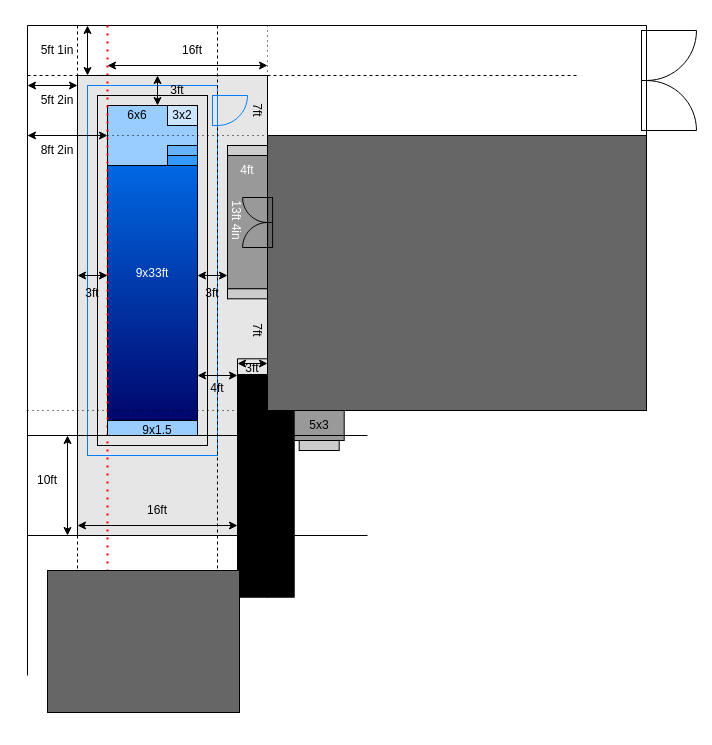
Earlier version of the draw.io diagram PoolPlan.drawio (hikumealan/draw-io-diagrams). Source tidied: cells renumbered, new cells numbered last; positions are measured from the earlier drawing's top-left corner, leaving out a move shared by most shapes. Both pictures are drawn from the tidied source at 100%, with x=0, y=0 at pixel (17, 25).
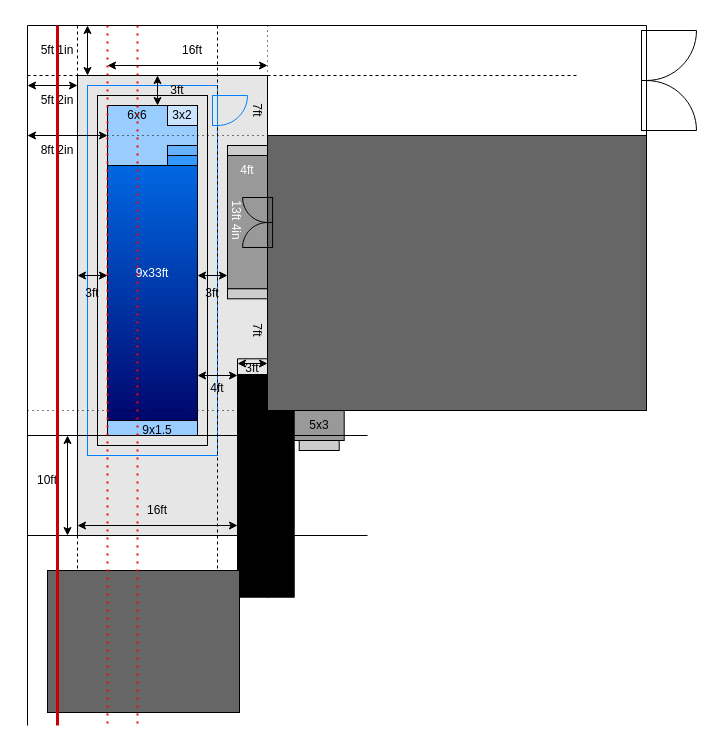
The same diagram, later.

Diff of the diagram source:
```diff
@@
     <mxCell id="14" style="endArrow=none;html=1;rounded=0;" parent="1" edge="1">
       <mxGeometry relative="1" as="geometry">
         <mxPoint x="10" as="sourcePoint" />
-        <mxPoint x="10" y="650" as="targetPoint" />
+        <mxPoint x="10" y="700" as="targetPoint" />
       </mxGeometry>
     </mxCell>
@@
-    <mxCell id="20" style="endArrow=none;dashed=1;html=1;dashPattern=1 3;strokeWidth=2;rounded=0;strokeColor=#FF0000;" parent="1" edge="1">
-      <mxGeometry relative="1" as="geometry">
-        <mxPoint x="90" as="sourcePoint" />
-        <mxPoint x="90" y="550" as="targetPoint" />
-      </mxGeometry>
-    </mxCell>
@@
+    <mxCell id="72" style="endArrow=none;html=1;rounded=0;strokeColor=#CC0000;strokeWidth=3;" parent="1" edge="1">
+      <mxGeometry relative="1" as="geometry">
+        <mxPoint x="40" as="sourcePoint" />
+        <mxPoint x="40" y="700" as="targetPoint" />
+      </mxGeometry>
+    </mxCell>
+    <mxCell id="73" style="endArrow=none;dashed=1;html=1;dashPattern=1 3;strokeWidth=2;rounded=0;strokeColor=#FF0000;" parent="1" edge="1">
+      <mxGeometry relative="1" as="geometry">
+        <mxPoint x="120" as="sourcePoint" />
+        <mxPoint x="120" y="700" as="targetPoint" />
+      </mxGeometry>
+    </mxCell>
+    <mxCell id="20" style="endArrow=none;dashed=1;html=1;dashPattern=1 3;strokeWidth=2;rounded=0;strokeColor=#FF0000;" parent="1" edge="1">
+      <mxGeometry relative="1" as="geometry">
+        <mxPoint x="90" as="sourcePoint" />
+        <mxPoint x="90" y="700" as="targetPoint" />
+      </mxGeometry>
+    </mxCell>
```
